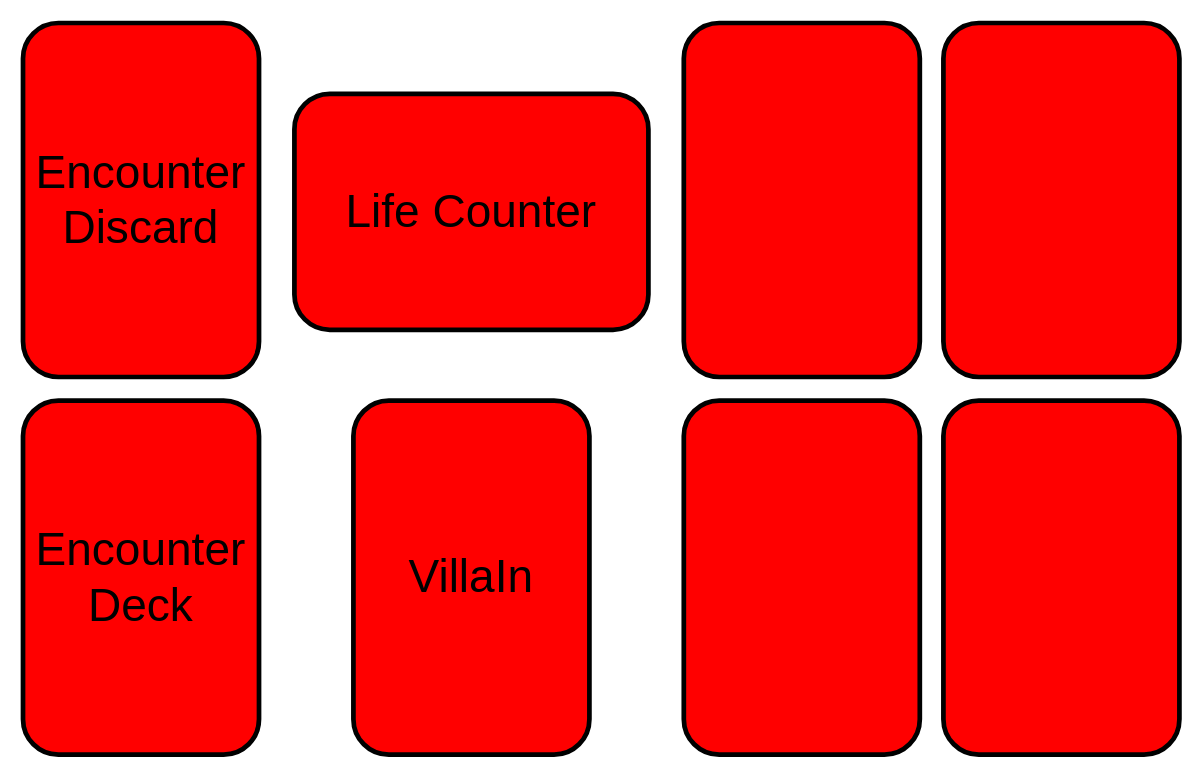
Earlier version of the draw.io diagram wireframes/Encounter Mat.drawio (funkymonkeymonk/tts-marvel-champions-automated). Source tidied: cells renumbered, new cells numbered last; positions are measured from the earlier drawing's top-left corner, leaving out a move shared by most shapes. Both pictures are drawn from the tidied source at 118%, with x=0, y=0 at pixel (22, 22).
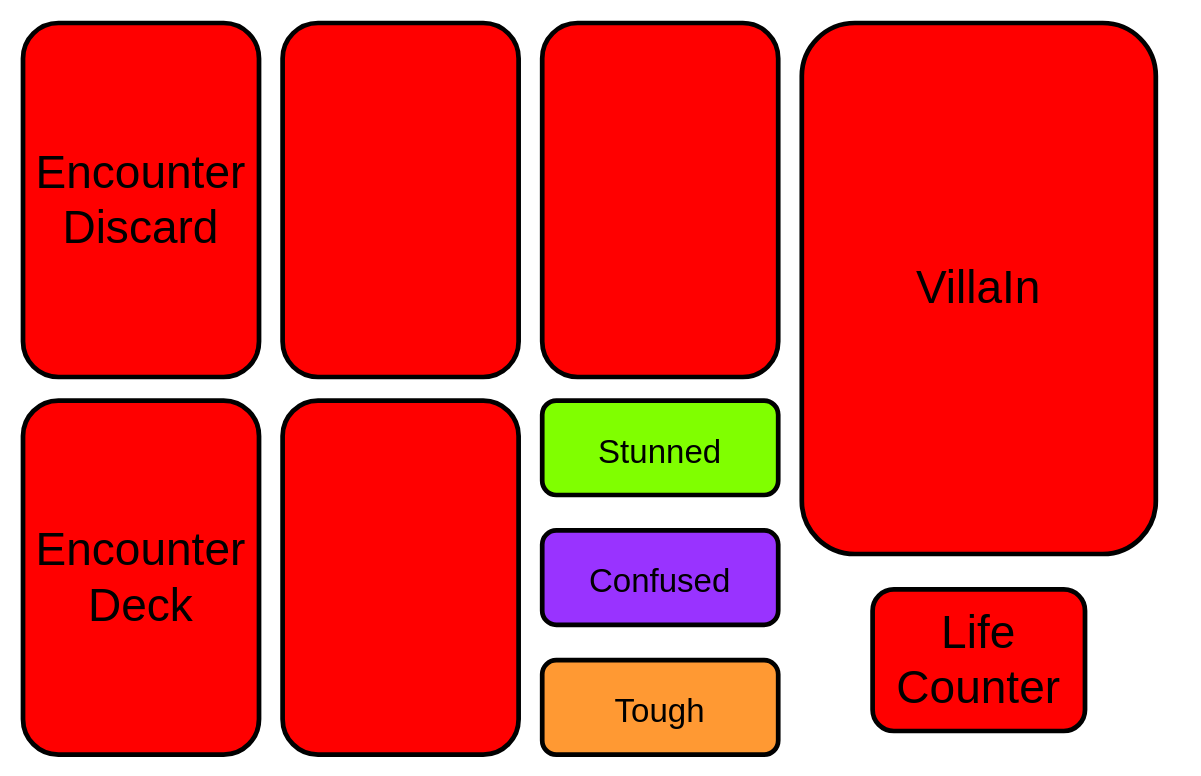
The same page after the edit.

Commit message:
Embiggen villain and add confused, stunned, and tough

Change to the diagram source:
```diff
@@
 <mxGraphModel>
   <root>
     <mxCell id="0" />
     <mxCell id="1" parent="0" />
     <mxCell id="2" value="Encounter Deck" style="rounded=1;whiteSpace=wrap;html=1;fontFamily=Bangers;FType=g;fontSize=39;fillColor=#FF0000;strokeWidth=4;shadow=0;comic=0;glass=0;" parent="1" vertex="1">
       <mxGeometry y="320" width="200" height="300" as="geometry" />
     </mxCell>
     <mxCell id="3" value="Encounter Discard" style="rounded=1;whiteSpace=wrap;html=1;fontFamily=Bangers;FType=g;fontSize=39;fillColor=#FF0000;strokeWidth=4;shadow=0;comic=0;glass=0;" parent="1" vertex="1">
       <mxGeometry width="200" height="300" as="geometry" />
     </mxCell>
     <mxCell id="4" value="VillaIn" style="rounded=1;whiteSpace=wrap;html=1;fontFamily=Bangers;FType=g;fontSize=39;fillColor=#FF0000;strokeWidth=4;shadow=0;comic=0;glass=0;" parent="1" vertex="1">
-      <mxGeometry x="280" y="320" width="200" height="300" as="geometry" />
+      <mxGeometry x="660" width="300" height="450" as="geometry" />
     </mxCell>
     <mxCell id="5" value="Life Counter" style="rounded=1;whiteSpace=wrap;html=1;fontFamily=Bangers;FType=g;fontSize=39;fillColor=#FF0000;strokeWidth=4;shadow=0;comic=0;glass=0;" parent="1" vertex="1">
-      <mxGeometry x="230" y="60" width="300" height="200" as="geometry" />
+      <mxGeometry x="720" y="480" width="180" height="120" as="geometry" />
     </mxCell>
-    <mxCell id="6" style="rounded=1;whiteSpace=wrap;html=1;fontFamily=Bangers;FType=g;fontSize=39;fillColor=#FF0000;strokeWidth=4;shadow=0;comic=0;glass=0;" parent="1" vertex="1">
-      <mxGeometry x="560" width="200" height="300" as="geometry" />
-    </mxCell>
-    <mxCell id="7" style="rounded=1;whiteSpace=wrap;html=1;fontFamily=Bangers;FType=g;fontSize=39;fillColor=#FF0000;strokeWidth=4;shadow=0;comic=0;glass=0;" parent="1" vertex="1">
-      <mxGeometry x="560" y="320" width="200" height="300" as="geometry" />
-    </mxCell>
-    <mxCell id="8" style="rounded=1;whiteSpace=wrap;html=1;fontFamily=Bangers;FType=g;fontSize=39;fillColor=#FF0000;strokeWidth=4;shadow=0;comic=0;glass=0;" parent="1" vertex="1">
-      <mxGeometry x="780" width="200" height="300" as="geometry" />
-    </mxCell>
-    <mxCell id="9" style="rounded=1;whiteSpace=wrap;html=1;fontFamily=Bangers;FType=g;fontSize=39;fillColor=#FF0000;strokeWidth=4;shadow=0;comic=0;glass=0;" parent="1" vertex="1">
-      <mxGeometry x="780" y="320" width="200" height="300" as="geometry" />
-    </mxCell>
+    <mxCell id="10" style="rounded=1;whiteSpace=wrap;html=1;fontFamily=Bangers;FType=g;fontSize=39;fillColor=#FF0000;strokeWidth=4;shadow=0;comic=0;glass=0;" parent="1" vertex="1">
+      <mxGeometry x="440" width="200" height="300" as="geometry" />
+    </mxCell>
+    <mxCell id="11" style="rounded=1;whiteSpace=wrap;html=1;fontFamily=Bangers;FType=g;fontSize=39;fillColor=#FF0000;strokeWidth=4;shadow=0;comic=0;glass=0;" parent="1" vertex="1">
+      <mxGeometry x="220" width="200" height="300" as="geometry" />
+    </mxCell>
+    <mxCell id="12" style="rounded=1;whiteSpace=wrap;html=1;fontFamily=Bangers;FType=g;fontSize=39;fillColor=#FF0000;strokeWidth=4;shadow=0;comic=0;glass=0;" parent="1" vertex="1">
+      <mxGeometry x="220" y="320" width="200" height="300" as="geometry" />
+    </mxCell>
+    <mxCell id="13" value="&lt;font style=&quot;font-size: 28px&quot;&gt;Stunned&lt;/font&gt;" style="rounded=1;whiteSpace=wrap;html=1;fontFamily=Bangers;FType=g;fontSize=39;fillColor=#80FF00;strokeWidth=4;shadow=0;comic=0;glass=0;" parent="1" vertex="1">
+      <mxGeometry x="440" y="320" width="200" height="80" as="geometry" />
+    </mxCell>
+    <mxCell id="14" value="&lt;font style=&quot;font-size: 28px&quot;&gt;Confused&lt;/font&gt;" style="rounded=1;whiteSpace=wrap;html=1;fontFamily=Bangers;FType=g;fontSize=39;fillColor=#9933FF;strokeWidth=4;shadow=0;comic=0;glass=0;" parent="1" vertex="1">
+      <mxGeometry x="440" y="430" width="200" height="80" as="geometry" />
+    </mxCell>
+    <mxCell id="15" value="&lt;font style=&quot;font-size: 28px&quot;&gt;Tough&lt;/font&gt;" style="rounded=1;whiteSpace=wrap;html=1;fontFamily=Bangers;FType=g;fontSize=39;fillColor=#FF9933;strokeWidth=4;shadow=0;comic=0;glass=0;" parent="1" vertex="1">
+      <mxGeometry x="440" y="540" width="200" height="80" as="geometry" />
+    </mxCell>
   </root>
 </mxGraphModel>
```
